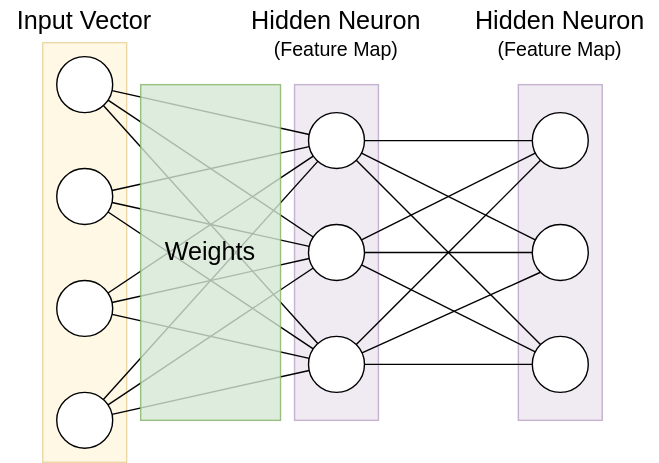
Above: Layer Name Conventions.svg in yyhtbs-yye/course_images (draw.io), before the change. Source tidied: cells renumbered, new cells last; positions are measured from the earlier drawing's top-left corner, leaving out a move shared by most shapes. The source it was exported from:
```xml
<mxGraphModel>
  <root>
    <mxCell id="0" />
    <mxCell id="1" parent="0" />
    <mxCell id="2" style="rounded=0;whiteSpace=wrap;html=1;strokeColor=#9673a6;fontSize=18;fillColor=#e1d5e7;opacity=50;" parent="1" vertex="1">
      <mxGeometry x="370" y="60" width="60" height="240" as="geometry" />
    </mxCell>
    <mxCell id="3" style="rounded=0;whiteSpace=wrap;html=1;strokeColor=#d6b656;fontSize=18;fillColor=#fff2cc;opacity=50;" parent="1" vertex="1">
      <mxGeometry x="30" y="30" width="60" height="300" as="geometry" />
    </mxCell>
    <mxCell id="4" style="rounded=0;whiteSpace=wrap;html=1;strokeColor=#9673a6;fontSize=18;fillColor=#e1d5e7;opacity=50;" parent="1" vertex="1">
      <mxGeometry x="210" y="60" width="60" height="240" as="geometry" />
    </mxCell>
    <mxCell id="5" style="rounded=0;jettySize=auto;html=1;fontSize=30;fontColor=none;endArrow=none;endFill=0;" parent="1" edge="1" source="6" target="11">
      <mxGeometry relative="1" as="geometry" />
    </mxCell>
    <mxCell id="6" style="ellipse;whiteSpace=wrap;html=1;strokeColor=default;fontSize=30;fontColor=none;fillColor=default;" parent="1" vertex="1">
      <mxGeometry x="40" y="40" width="40" height="40" as="geometry" />
    </mxCell>
    <mxCell id="7" style="ellipse;whiteSpace=wrap;html=1;strokeColor=default;fontSize=30;fontColor=none;fillColor=default;" parent="1" vertex="1">
      <mxGeometry x="40" y="120" width="40" height="40" as="geometry" />
    </mxCell>
    <mxCell id="8" style="ellipse;whiteSpace=wrap;html=1;strokeColor=default;fontSize=30;fontColor=none;fillColor=default;" parent="1" vertex="1">
      <mxGeometry x="40" y="200" width="40" height="40" as="geometry" />
    </mxCell>
    <mxCell id="9" style="ellipse;whiteSpace=wrap;html=1;strokeColor=default;fontSize=30;fontColor=none;fillColor=default;" parent="1" vertex="1">
      <mxGeometry x="40" y="280" width="40" height="40" as="geometry" />
    </mxCell>
    <mxCell id="10" style="edgeStyle=none;rounded=0;jettySize=auto;html=1;fontSize=14;fontColor=none;endArrow=none;endFill=0;" parent="1" edge="1" source="11" target="29">
      <mxGeometry relative="1" as="geometry" />
    </mxCell>
    <mxCell id="11" style="ellipse;whiteSpace=wrap;html=1;strokeColor=default;fontSize=30;fontColor=none;fillColor=default;" parent="1" vertex="1">
      <mxGeometry x="220" y="80" width="40" height="40" as="geometry" />
    </mxCell>
    <mxCell id="12" style="ellipse;whiteSpace=wrap;html=1;strokeColor=default;fontSize=30;fontColor=none;fillColor=default;" parent="1" vertex="1">
      <mxGeometry x="220" y="160" width="40" height="40" as="geometry" />
    </mxCell>
    <mxCell id="13" style="ellipse;whiteSpace=wrap;html=1;strokeColor=default;fontSize=30;fontColor=none;fillColor=default;" parent="1" vertex="1">
      <mxGeometry x="220" y="240" width="40" height="40" as="geometry" />
    </mxCell>
    <mxCell id="14" style="rounded=0;jettySize=auto;html=1;fontSize=30;fontColor=none;endArrow=none;endFill=0;" parent="1" edge="1" source="7" target="11">
      <mxGeometry relative="1" as="geometry" />
    </mxCell>
    <mxCell id="15" style="rounded=0;jettySize=auto;html=1;fontSize=30;fontColor=none;endArrow=none;endFill=0;" parent="1" edge="1" source="8" target="11">
      <mxGeometry relative="1" as="geometry" />
    </mxCell>
    <mxCell id="16" style="rounded=0;jettySize=auto;html=1;fontSize=30;fontColor=none;endArrow=none;endFill=0;" parent="1" edge="1" source="9" target="11">
      <mxGeometry relative="1" as="geometry" />
    </mxCell>
    <mxCell id="17" style="rounded=0;jettySize=auto;html=1;fontSize=30;fontColor=none;endArrow=none;endFill=0;" parent="1" edge="1" source="9" target="12">
      <mxGeometry relative="1" as="geometry" />
    </mxCell>
    <mxCell id="18" style="rounded=0;jettySize=auto;html=1;fontSize=30;fontColor=none;endArrow=none;endFill=0;" parent="1" edge="1" source="9" target="13">
      <mxGeometry relative="1" as="geometry" />
    </mxCell>
    <mxCell id="19" style="rounded=0;jettySize=auto;html=1;fontSize=30;fontColor=none;endArrow=none;endFill=0;" parent="1" edge="1" source="8" target="13">
      <mxGeometry relative="1" as="geometry" />
    </mxCell>
    <mxCell id="20" style="rounded=0;jettySize=auto;html=1;fontSize=30;fontColor=none;endArrow=none;endFill=0;" parent="1" edge="1" source="7" target="13">
      <mxGeometry relative="1" as="geometry" />
    </mxCell>
    <mxCell id="21" style="rounded=0;jettySize=auto;html=1;fontSize=30;fontColor=none;endArrow=none;endFill=0;" parent="1" edge="1" source="6" target="13">
      <mxGeometry relative="1" as="geometry" />
    </mxCell>
    <mxCell id="22" style="rounded=0;jettySize=auto;html=1;fontSize=30;fontColor=none;endArrow=none;endFill=0;" parent="1" edge="1" source="8" target="12">
      <mxGeometry relative="1" as="geometry" />
    </mxCell>
    <mxCell id="23" style="rounded=0;jettySize=auto;html=1;fontSize=30;fontColor=none;endArrow=none;endFill=0;" parent="1" edge="1" source="7" target="12">
      <mxGeometry relative="1" as="geometry" />
    </mxCell>
    <mxCell id="24" style="rounded=0;jettySize=auto;html=1;fontSize=30;fontColor=none;endArrow=none;endFill=0;" parent="1" edge="1" source="6" target="12">
      <mxGeometry relative="1" as="geometry" />
    </mxCell>
    <mxCell id="25" value="Weights" style="rounded=0;whiteSpace=wrap;html=1;strokeColor=#82b366;fontSize=18;fillColor=#d5e8d4;opacity=80;" parent="1" vertex="1">
      <mxGeometry x="100" y="60" width="100" height="240" as="geometry" />
    </mxCell>
    <mxCell id="26" value="Input Vector" style="text;html=1;strokeColor=none;fillColor=none;align=center;verticalAlign=middle;whiteSpace=wrap;rounded=0;fontSize=18;fontColor=none;" parent="1" vertex="1">
      <mxGeometry width="120" height="30" as="geometry" />
    </mxCell>
    <mxCell id="27" value="(Feature Map)" style="text;html=1;strokeColor=none;fillColor=none;align=center;verticalAlign=middle;whiteSpace=wrap;rounded=0;fontSize=14;fontColor=none;" parent="1" vertex="1">
      <mxGeometry x="170" y="20" width="140" height="30" as="geometry" />
    </mxCell>
    <mxCell id="28" value="Hidden Neuron" style="text;html=1;strokeColor=none;fillColor=none;align=center;verticalAlign=middle;whiteSpace=wrap;rounded=0;fontSize=18;fontColor=none;" parent="1" vertex="1">
      <mxGeometry x="170" width="140" height="30" as="geometry" />
    </mxCell>
    <mxCell id="29" style="ellipse;whiteSpace=wrap;html=1;strokeColor=default;fontSize=30;fontColor=none;fillColor=default;" parent="1" vertex="1">
      <mxGeometry x="380" y="80" width="40" height="40" as="geometry" />
    </mxCell>
    <mxCell id="30" style="ellipse;whiteSpace=wrap;html=1;strokeColor=default;fontSize=30;fontColor=none;fillColor=default;" parent="1" vertex="1">
      <mxGeometry x="380" y="160" width="40" height="40" as="geometry" />
    </mxCell>
    <mxCell id="31" style="ellipse;whiteSpace=wrap;html=1;strokeColor=default;fontSize=30;fontColor=none;fillColor=default;" parent="1" vertex="1">
      <mxGeometry x="380" y="240" width="40" height="40" as="geometry" />
    </mxCell>
    <mxCell id="32" style="edgeStyle=none;rounded=0;jettySize=auto;html=1;fontSize=14;fontColor=none;endArrow=none;endFill=0;" parent="1" edge="1" source="11" target="30">
      <mxGeometry relative="1" as="geometry" />
    </mxCell>
    <mxCell id="33" style="edgeStyle=none;rounded=0;jettySize=auto;html=1;fontSize=14;fontColor=none;endArrow=none;endFill=0;" parent="1" edge="1" source="11" target="31">
      <mxGeometry relative="1" as="geometry" />
    </mxCell>
    <mxCell id="34" style="edgeStyle=none;rounded=0;jettySize=auto;html=1;fontSize=14;fontColor=none;endArrow=none;endFill=0;" parent="1" edge="1" source="12" target="31">
      <mxGeometry relative="1" as="geometry" />
    </mxCell>
    <mxCell id="35" style="edgeStyle=none;rounded=0;jettySize=auto;html=1;fontSize=14;fontColor=none;endArrow=none;endFill=0;" parent="1" edge="1" source="13" target="31">
      <mxGeometry relative="1" as="geometry" />
    </mxCell>
    <mxCell id="36" style="edgeStyle=none;rounded=0;jettySize=auto;html=1;fontSize=14;fontColor=none;endArrow=none;endFill=0;" parent="1" edge="1" source="13" target="30">
      <mxGeometry relative="1" as="geometry" />
    </mxCell>
    <mxCell id="37" style="edgeStyle=none;rounded=0;jettySize=auto;html=1;fontSize=14;fontColor=none;endArrow=none;endFill=0;entryX=0;entryY=1;entryDx=0;entryDy=0;" parent="1" edge="1" source="13" target="29">
      <mxGeometry relative="1" as="geometry" />
    </mxCell>
    <mxCell id="38" style="edgeStyle=none;rounded=0;jettySize=auto;html=1;fontSize=14;fontColor=none;endArrow=none;endFill=0;entryX=0;entryY=1;entryDx=0;entryDy=0;" parent="1" edge="1" source="12" target="29">
      <mxGeometry relative="1" as="geometry" />
    </mxCell>
    <mxCell id="39" style="edgeStyle=none;rounded=0;jettySize=auto;html=1;fontSize=14;fontColor=none;endArrow=none;endFill=0;" parent="1" edge="1" source="12" target="30">
      <mxGeometry relative="1" as="geometry" />
    </mxCell>
    <mxCell id="40" value="(Feature Map)" style="text;html=1;strokeColor=none;fillColor=none;align=center;verticalAlign=middle;whiteSpace=wrap;rounded=0;fontSize=14;fontColor=none;" parent="1" vertex="1">
      <mxGeometry x="330" y="20" width="140" height="30" as="geometry" />
    </mxCell>
    <mxCell id="41" value="Hidden Neuron" style="text;html=1;strokeColor=none;fillColor=none;align=center;verticalAlign=middle;whiteSpace=wrap;rounded=0;fontSize=18;fontColor=none;" parent="1" vertex="1">
      <mxGeometry x="330" width="140" height="30" as="geometry" />
    </mxCell>
  </root>
</mxGraphModel>
```
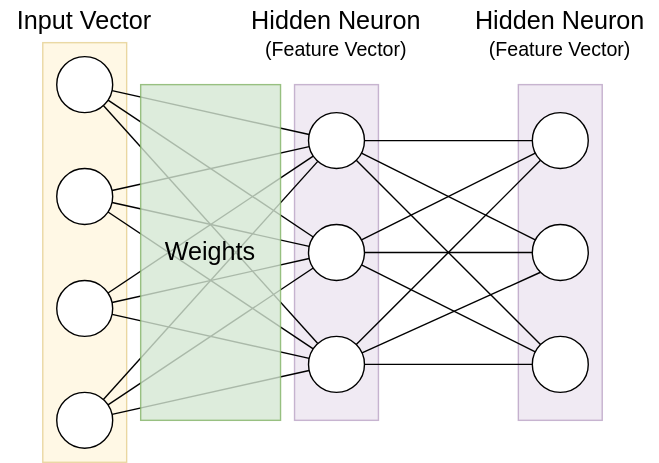
The same file after the commit.

The edit, as a diff of the source:
```diff
@@ -77,7 +77,7 @@
     <mxCell id="26" value="Input Vector" style="text;html=1;strokeColor=none;fillColor=none;align=center;verticalAlign=middle;whiteSpace=wrap;rounded=0;fontSize=18;fontColor=none;" parent="1" vertex="1">
       <mxGeometry width="120" height="30" as="geometry" />
     </mxCell>
-    <mxCell id="27" value="(Feature Map)" style="text;html=1;strokeColor=none;fillColor=none;align=center;verticalAlign=middle;whiteSpace=wrap;rounded=0;fontSize=14;fontColor=none;" parent="1" vertex="1">
+    <mxCell id="27" value="(Feature Vector)" style="text;html=1;strokeColor=none;fillColor=none;align=center;verticalAlign=middle;whiteSpace=wrap;rounded=0;fontSize=14;fontColor=none;" parent="1" vertex="1">
       <mxGeometry x="170" y="20" width="140" height="30" as="geometry" />
     </mxCell>
     <mxCell id="28" value="Hidden Neuron" style="text;html=1;strokeColor=none;fillColor=none;align=center;verticalAlign=middle;whiteSpace=wrap;rounded=0;fontSize=18;fontColor=none;" parent="1" vertex="1">
@@ -116,7 +116,7 @@
     <mxCell id="39" style="edgeStyle=none;rounded=0;jettySize=auto;html=1;fontSize=14;fontColor=none;endArrow=none;endFill=0;" parent="1" edge="1" source="12" target="30">
       <mxGeometry relative="1" as="geometry" />
     </mxCell>
-    <mxCell id="40" value="(Feature Map)" style="text;html=1;strokeColor=none;fillColor=none;align=center;verticalAlign=middle;whiteSpace=wrap;rounded=0;fontSize=14;fontColor=none;" parent="1" vertex="1">
+    <mxCell id="40" value="(Feature Vector)" style="text;html=1;strokeColor=none;fillColor=none;align=center;verticalAlign=middle;whiteSpace=wrap;rounded=0;fontSize=14;fontColor=none;" parent="1" vertex="1">
       <mxGeometry x="330" y="20" width="140" height="30" as="geometry" />
     </mxCell>
     <mxCell id="41" value="Hidden Neuron" style="text;html=1;strokeColor=none;fillColor=none;align=center;verticalAlign=middle;whiteSpace=wrap;rounded=0;fontSize=18;fontColor=none;" parent="1" vertex="1">
```
